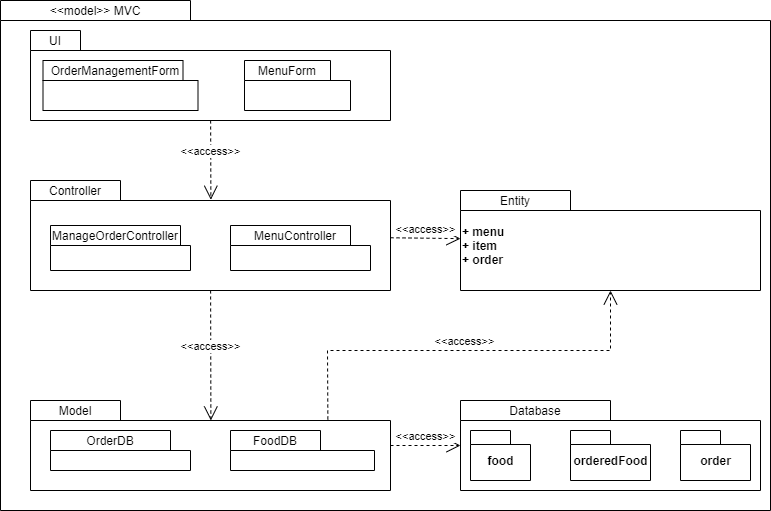
This is System Modeling/Implementation Diagram-package diagram.drawio.png from pipibapi1/Restaurant-POS-Sytem-2.0, a draw.io export, as it was before one commit. Source tidied: cells renumbered, new cells last; positions are measured from the earlier drawing's top-left corner, leaving out a move shared by most shapes.
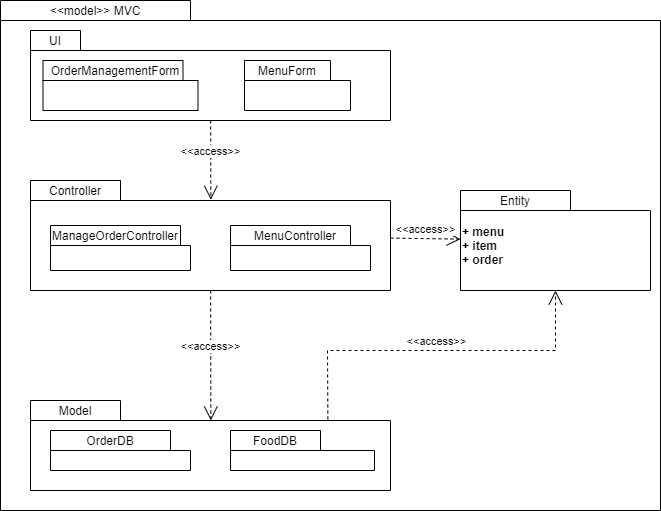
Later version of the same file.

Diff of the diagram source:
```diff
@@ -3,7 +3,7 @@
     <mxCell id="0" />
     <mxCell id="1" parent="0" />
     <mxCell id="2" style="shape=folder;fontStyle=1;spacingTop=10;tabWidth=190;tabHeight=20;tabPosition=left;html=1;" parent="1" vertex="1">
-      <mxGeometry width="770" height="510" as="geometry" />
+      <mxGeometry width="660" height="510" as="geometry" />
     </mxCell>
     <mxCell id="3" value="&amp;lt;&amp;lt;model&amp;gt;&amp;gt; MVC" style="text;html=1;strokeColor=none;fillColor=none;align=center;verticalAlign=middle;whiteSpace=wrap;rounded=0;" parent="1" vertex="1">
       <mxGeometry width="190" height="20" as="geometry" />
@@ -21,7 +21,7 @@
       <mxGeometry x="244" y="60" width="86" height="20" as="geometry" />
     </mxCell>
     <mxCell id="8" value="+ menu&lt;br&gt;+ item&lt;br&gt;+ order" style="shape=folder;fontStyle=1;spacingTop=10;tabWidth=110;tabHeight=20;tabPosition=left;html=1;align=left;" parent="1" vertex="1">
-      <mxGeometry x="460" y="190" width="300" height="100" as="geometry" />
+      <mxGeometry x="460" y="190" width="190" height="100" as="geometry" />
     </mxCell>
     <mxCell id="9" value="Entity" style="text;html=1;strokeColor=none;fillColor=none;align=center;verticalAlign=middle;whiteSpace=wrap;rounded=0;" parent="1" vertex="1">
       <mxGeometry x="460" y="190" width="110" height="20" as="geometry" />
@@ -77,31 +77,13 @@
     <mxCell id="26" value="&amp;lt;&amp;lt;access&amp;gt;&amp;gt;" style="edgeStyle=none;html=1;endArrow=open;endSize=12;dashed=1;verticalAlign=bottom;rounded=0;" parent="1" edge="1" source="12" target="8">
       <mxGeometry relative="1" as="geometry" />
     </mxCell>
-    <mxCell id="27" style="shape=folder;fontStyle=1;spacingTop=10;tabWidth=150;tabHeight=20;tabPosition=left;html=1;" parent="1" vertex="1">
-      <mxGeometry x="460" y="400" width="300" height="90" as="geometry" />
-    </mxCell>
-    <mxCell id="28" value="Database" style="text;html=1;strokeColor=none;fillColor=none;align=center;verticalAlign=middle;whiteSpace=wrap;rounded=0;" parent="1" vertex="1">
-      <mxGeometry x="460" y="400" width="150" height="20" as="geometry" />
-    </mxCell>
-    <mxCell id="29" value="&amp;lt;&amp;lt;access&amp;gt;&amp;gt;" style="edgeStyle=none;html=1;endArrow=open;endSize=12;dashed=1;verticalAlign=bottom;rounded=0;" parent="1" edge="1" source="19" target="27">
-      <mxGeometry relative="1" as="geometry" />
-    </mxCell>
-    <mxCell id="30" value="food" style="shape=folder;fontStyle=1;spacingTop=10;tabWidth=40;tabHeight=14;tabPosition=left;html=1;" parent="1" vertex="1">
-      <mxGeometry x="470" y="430" width="60" height="50" as="geometry" />
-    </mxCell>
-    <mxCell id="31" value="orderedFood" style="shape=folder;fontStyle=1;spacingTop=10;tabWidth=40;tabHeight=14;tabPosition=left;html=1;" parent="1" vertex="1">
-      <mxGeometry x="570" y="430" width="80" height="50" as="geometry" />
-    </mxCell>
     <mxCell id="32" value="&amp;lt;&amp;lt;access&amp;gt;&amp;gt;" style="edgeStyle=none;html=1;endArrow=open;endSize=12;dashed=1;verticalAlign=bottom;rounded=0;exitX=0.826;exitY=0.211;exitDx=0;exitDy=0;exitPerimeter=0;" parent="1" edge="1" source="19" target="8">
       <mxGeometry relative="1" as="geometry">
         <Array as="points">
           <mxPoint x="327" y="350" />
-          <mxPoint x="610" y="350" />
+          <mxPoint x="555" y="350" />
         </Array>
       </mxGeometry>
     </mxCell>
-    <mxCell id="33" value="order" style="shape=folder;fontStyle=1;spacingTop=10;tabWidth=40;tabHeight=14;tabPosition=left;html=1;" parent="1" vertex="1">
-      <mxGeometry x="680" y="430" width="70" height="50" as="geometry" />
-    </mxCell>
   </root>
 </mxGraphModel>
```
